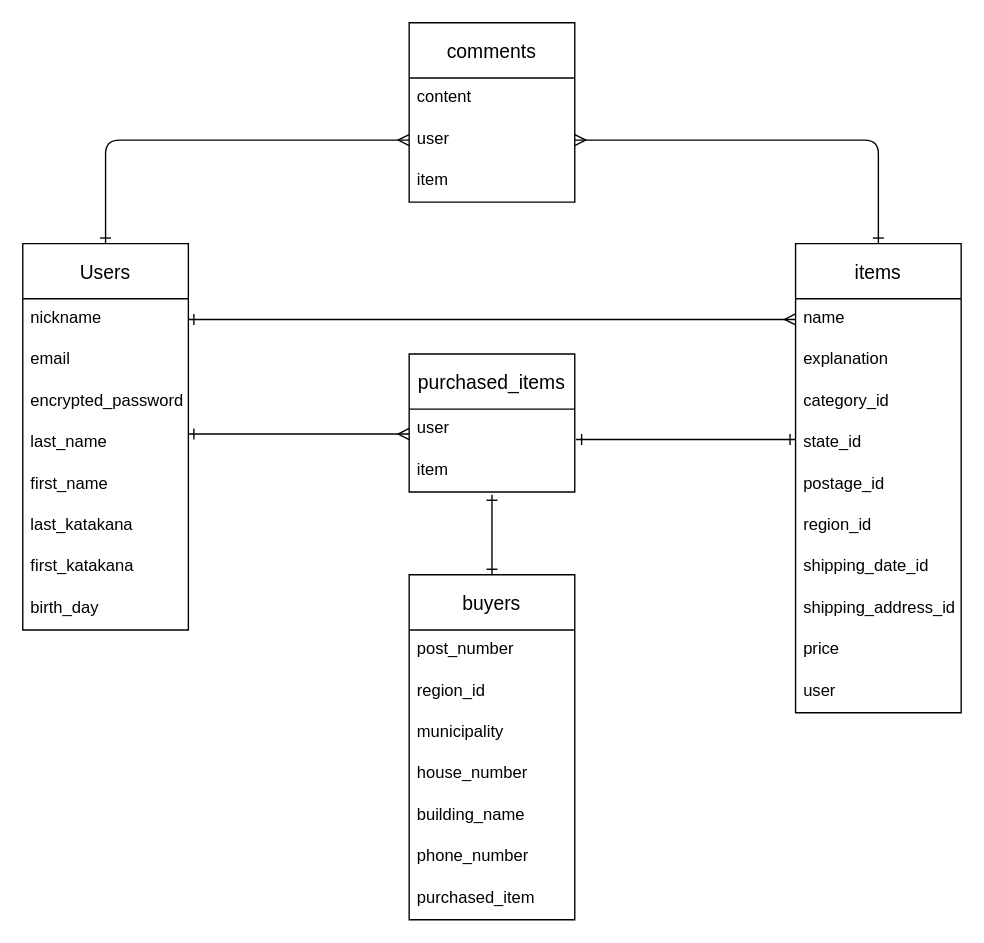
This is datebase.dio from Ta-ho113/furima-37211, a draw.io file, before an edit. Source tidied: cells renumbered, new cells numbered last; positions are measured from the earlier drawing's top-left corner, leaving out a move shared by most shapes. Both pictures are drawn from the tidied source at 138%, with x=0, y=0 at pixel (22, 22).
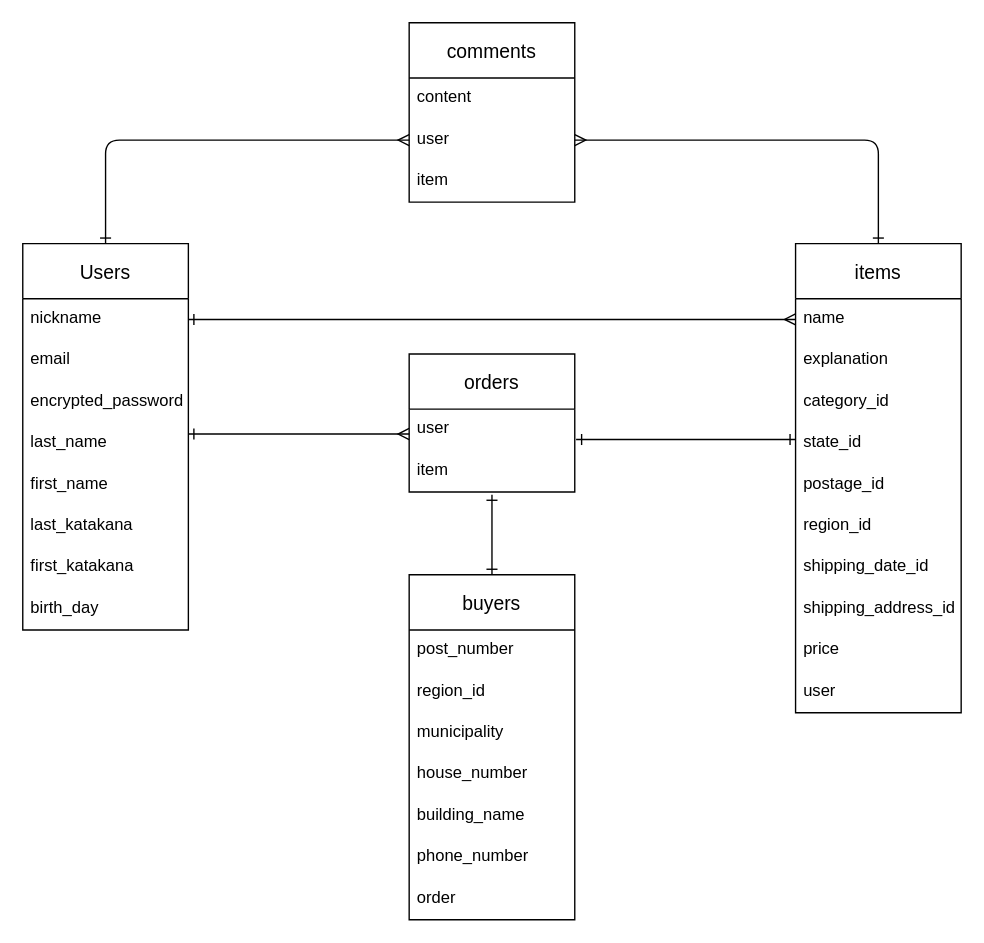
The same page after the edit.

The change refers to these unchanged cells:
```xml
<mxCell id="26" value="buyers" style="swimlane;fontStyle=0;horizontal=1;startSize=40;align=center;fontSize=14;" parent="1" vertex="1">
  <mxGeometry x="280" y="400" width="120" height="250" as="geometry" />
</mxCell>
```

What changed in the source:
```diff
@@
-    <mxCell id="33" value="purchased_item" style="text;strokeColor=none;fillColor=none;spacingLeft=4;spacingRight=4;overflow=hidden;fontSize=12;" parent="26" vertex="1">
+    <mxCell id="33" value="order" style="text;strokeColor=none;fillColor=none;spacingLeft=4;spacingRight=4;overflow=hidden;fontSize=12;" parent="26" vertex="1">
       <mxGeometry y="220" width="120" height="30" as="geometry" />
     </mxCell>
-    <mxCell id="34" value="purchased_items" style="swimlane;fontStyle=0;horizontal=1;startSize=40;align=center;fontSize=14;" parent="1" vertex="1">
+    <mxCell id="34" value="orders" style="swimlane;fontStyle=0;horizontal=1;startSize=40;align=center;fontSize=14;" parent="1" vertex="1">
       <mxGeometry x="280" y="240" width="120" height="100" as="geometry" />
     </mxCell>
```
